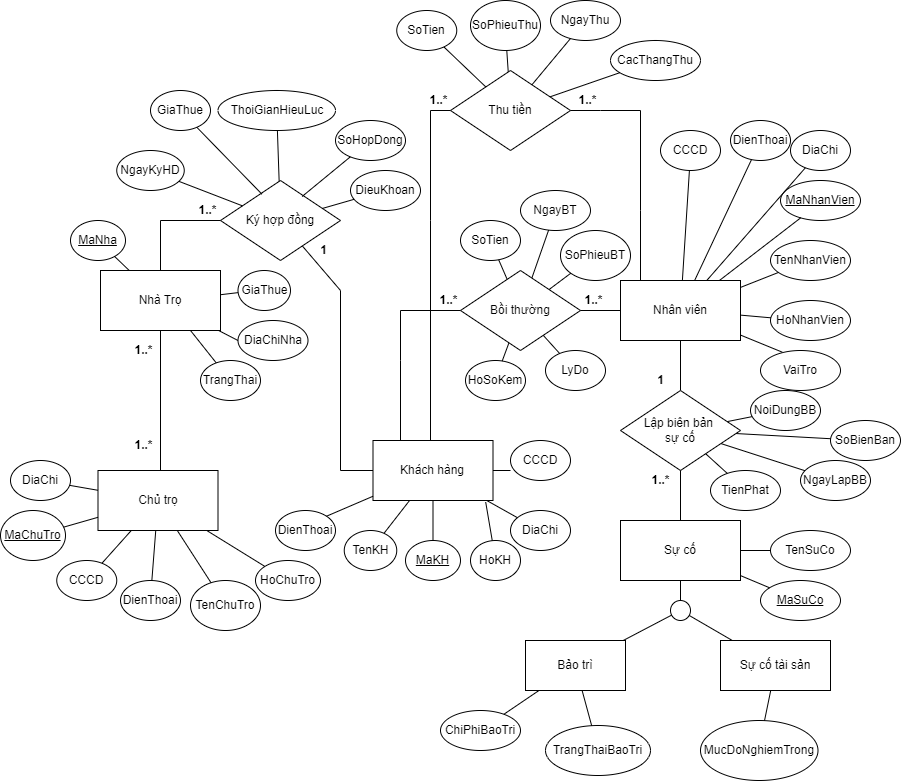
Earlier version of the draw.io export Phân tích thiết kế hệ thống/Tuan6/ERD.png (Nguyeniris123/DH22IT01OU). Source tidied: cells renumbered, new cells last; positions are measured from the earlier drawing's top-left corner, leaving out a move shared by most shapes.
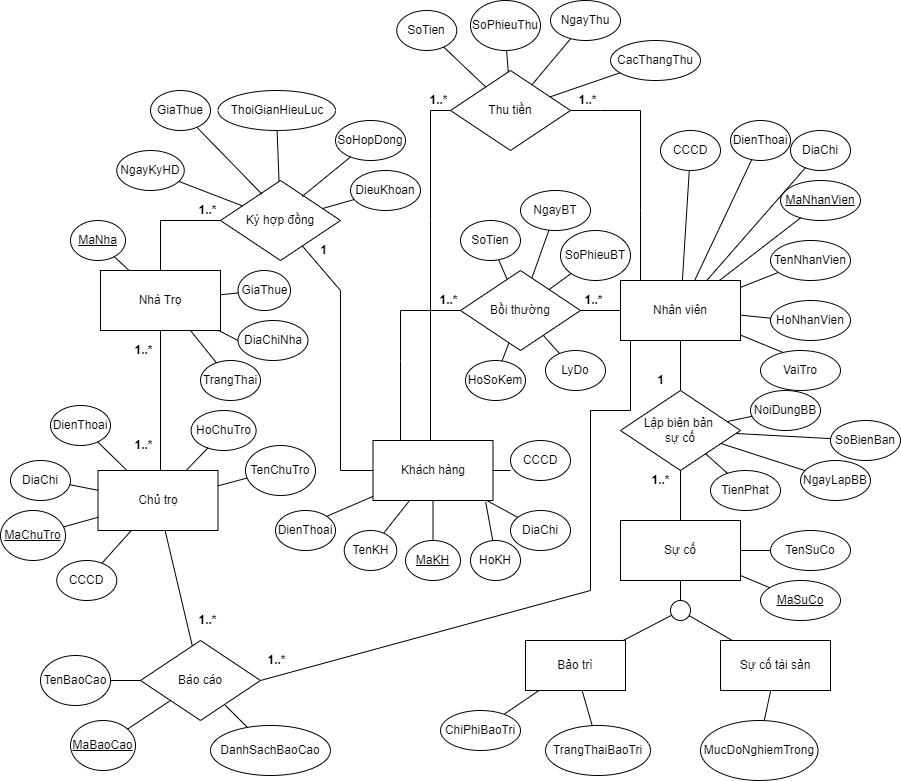
Later version of the same file.

What changed in the source:
```diff
@@ -246,10 +246,10 @@
       </mxGeometry>
     </mxCell>
     <mxCell id="73" value="DienThoai" style="ellipse;whiteSpace=wrap;html=1;" parent="1" vertex="1">
-      <mxGeometry x="120" y="580" width="60" height="40" as="geometry" />
+      <mxGeometry x="50" y="405" width="60" height="40" as="geometry" />
     </mxCell>
     <mxCell id="74" value="TenChuTro" style="ellipse;whiteSpace=wrap;html=1;" parent="1" vertex="1">
-      <mxGeometry x="190" y="580" width="70" height="50" as="geometry" />
+      <mxGeometry x="245" y="445" width="70" height="50" as="geometry" />
     </mxCell>
     <mxCell id="75" value="CCCD" style="ellipse;whiteSpace=wrap;html=1;" parent="1" vertex="1">
       <mxGeometry x="56.2" y="560" width="60" height="40" as="geometry" />
@@ -261,7 +261,7 @@
       <mxGeometry x="10" y="460" width="60" height="40" as="geometry" />
     </mxCell>
     <mxCell id="78" value="HoChuTro" style="ellipse;whiteSpace=wrap;html=1;" parent="1" vertex="1">
-      <mxGeometry x="255" y="560" width="65" height="40" as="geometry" />
+      <mxGeometry x="190.6" y="410" width="65" height="40" as="geometry" />
     </mxCell>
     <mxCell id="79" style="endArrow=none;html=1;rounded=0;" parent="1" edge="1" source="78" target="71">
       <mxGeometry relative="1" as="geometry" />
@@ -410,5 +410,45 @@
     <mxCell id="127" value="1..*" style="text;align=center;fontStyle=1;verticalAlign=middle;spacingLeft=3;spacingRight=3;strokeColor=none;html=1;" parent="1" vertex="1">
       <mxGeometry x="560" y="90" width="53.8" height="20" as="geometry" />
     </mxCell>
+    <mxCell id="128" style="endArrow=none;html=1;rounded=0;exitX=1;exitY=0.5;exitDx=0;exitDy=0;" parent="1" edge="1" source="129">
+      <mxGeometry relative="1" as="geometry">
+        <mxPoint x="630" y="340" as="targetPoint" />
+        <Array as="points">
+          <mxPoint x="590" y="590" />
+          <mxPoint x="590" y="410" />
+          <mxPoint x="630" y="410" />
+        </Array>
+      </mxGeometry>
+    </mxCell>
+    <mxCell id="129" value="Báo cáo" style="rhombus;whiteSpace=wrap;html=1;" parent="1" vertex="1">
+      <mxGeometry x="140" y="640" width="120" height="80" as="geometry" />
+    </mxCell>
+    <mxCell id="130" style="endArrow=none;html=1;rounded=0;" parent="1" edge="1" source="129" target="71">
+      <mxGeometry relative="1" as="geometry" />
+    </mxCell>
+    <mxCell id="131" value="TenBaoCao" style="ellipse;whiteSpace=wrap;html=1;" parent="1" vertex="1">
+      <mxGeometry x="40" y="655" width="70" height="50" as="geometry" />
+    </mxCell>
+    <mxCell id="132" value="&lt;u&gt;MaBaoCao&lt;/u&gt;" style="ellipse;whiteSpace=wrap;html=1;" parent="1" vertex="1">
+      <mxGeometry x="70" y="720" width="65" height="50" as="geometry" />
+    </mxCell>
+    <mxCell id="133" style="endArrow=none;html=1;rounded=0;" parent="1" edge="1" source="131" target="129">
+      <mxGeometry relative="1" as="geometry" />
+    </mxCell>
+    <mxCell id="134" style="endArrow=none;html=1;rounded=0;" parent="1" edge="1" source="132" target="129">
+      <mxGeometry relative="1" as="geometry" />
+    </mxCell>
+    <mxCell id="135" style="endArrow=none;html=1;rounded=0;" parent="1" edge="1" source="136" target="129">
+      <mxGeometry relative="1" as="geometry" />
+    </mxCell>
+    <mxCell id="136" value="DanhSachBaoCao" style="ellipse;whiteSpace=wrap;html=1;" parent="1" vertex="1">
+      <mxGeometry x="210" y="725" width="120" height="50" as="geometry" />
+    </mxCell>
+    <mxCell id="137" value="1..*" style="text;align=center;fontStyle=1;verticalAlign=middle;spacingLeft=3;spacingRight=3;strokeColor=none;html=1;" parent="1" vertex="1">
+      <mxGeometry x="180" y="610" width="53.8" height="20" as="geometry" />
+    </mxCell>
+    <mxCell id="138" value="1..*" style="text;align=center;fontStyle=1;verticalAlign=middle;spacingLeft=3;spacingRight=3;strokeColor=none;html=1;" parent="1" vertex="1">
+      <mxGeometry x="249.4" y="650" width="53.8" height="20" as="geometry" />
+    </mxCell>
   </root>
 </mxGraphModel>
```
